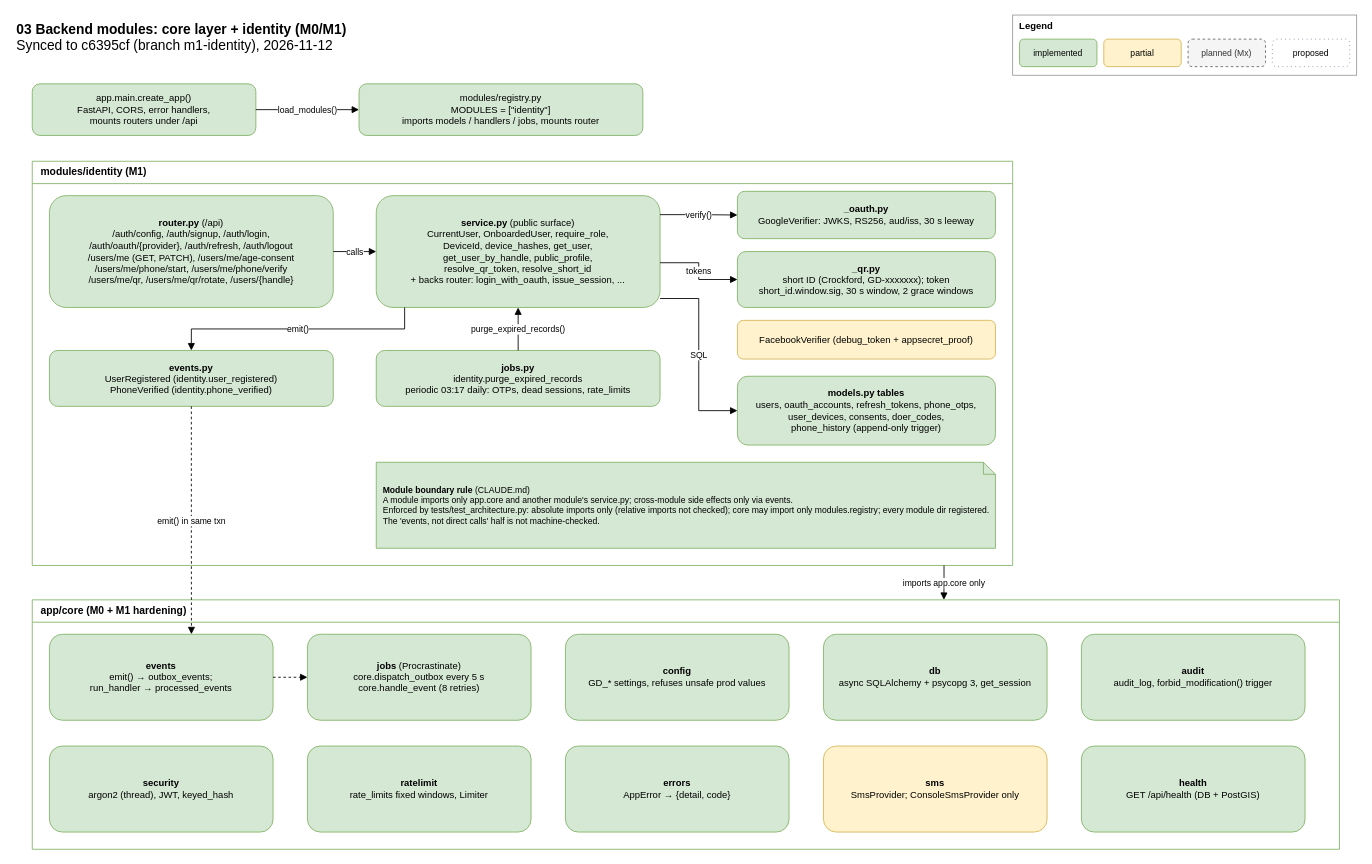
Earlier version of the draw.io diagram page "Core + identity (implemented)" (1 of 3) of docs/architecture/03-backend-modules.drawio (Ismail94M/Good-Deeds). Source tidied: cells renumbered, new cells numbered last; positions are measured from the earlier drawing's top-left corner, leaving out a move shared by most shapes. Both pictures are drawn from the tidied source at 86%, with x=0, y=0 at pixel (15, 15).
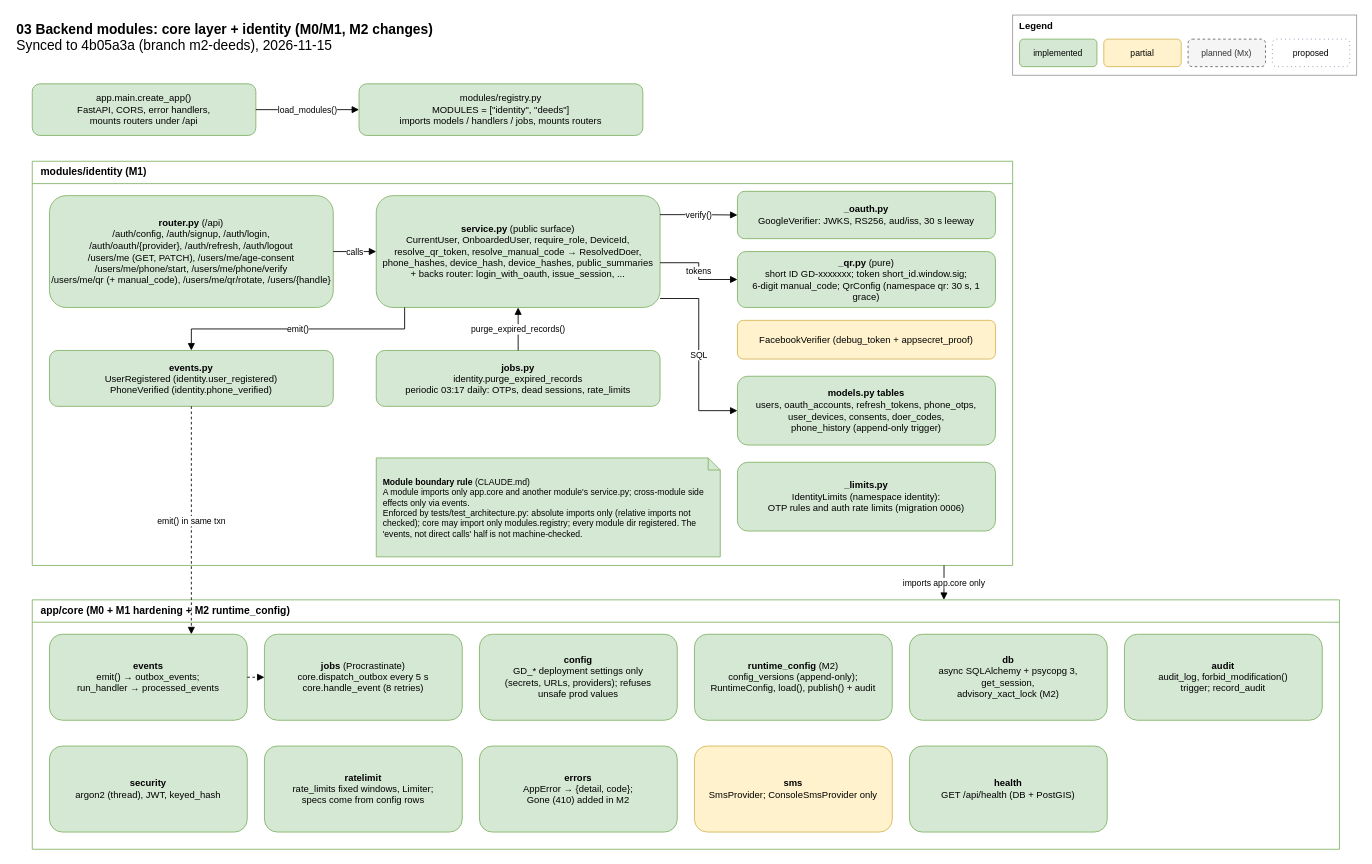
After the change.

Unchanged cells that the change refers to:
```xml
<mxCell id="18" value="&lt;b&gt;events.py&lt;/b&gt;&lt;br&gt;UserRegistered (identity.user_registered)&lt;br&gt;PhoneVerified (identity.phone_verified)" style="rounded=1;whiteSpace=wrap;html=1;fontSize=11;fillColor=#d5e8d4;strokeColor=#82b366;" parent="1" vertex="1">
  <mxGeometry x="40" y="390" width="330" height="65" as="geometry" />
</mxCell>
```

The edit, as a diff of the source:
```diff
@@
-    <mxCell id="2" value="&lt;b&gt;03 Backend modules: core layer + identity (M0/M1)&lt;/b&gt;&lt;br&gt;Synced to c6395cf (branch m1-identity), 2026-11-12" style="text;html=1;align=left;verticalAlign=top;fontSize=16;strokeColor=none;fillColor=none;" parent="1" vertex="1">
+    <mxCell id="2" value="&lt;b&gt;03 Backend modules: core layer + identity (M0/M1, M2 changes)&lt;/b&gt;&lt;br&gt;Synced to 4b05a3a (branch m2-deeds), 2026-11-15" style="text;html=1;align=left;verticalAlign=top;fontSize=16;strokeColor=none;fillColor=none;" parent="1" vertex="1">
       <mxGeometry width="900" height="50" as="geometry" />
     </mxCell>
@@
-    <mxCell id="9" value="modules/registry.py&lt;br&gt;MODULES = [&amp;quot;identity&amp;quot;]&lt;br&gt;imports models / handlers / jobs, mounts router" style="rounded=1;whiteSpace=wrap;html=1;fontSize=11;fillColor=#d5e8d4;strokeColor=#82b366;" parent="1" vertex="1">
+    <mxCell id="9" value="modules/registry.py&lt;br&gt;MODULES = [&quot;identity&quot;, &quot;deeds&quot;]&lt;br&gt;imports models / handlers / jobs, mounts routers" style="rounded=1;whiteSpace=wrap;html=1;fontSize=11;fillColor=#d5e8d4;strokeColor=#82b366;" parent="1" vertex="1">
       <mxGeometry x="400" y="80" width="330" height="60" as="geometry" />
     </mxCell>
@@
-    <mxCell id="12" value="&lt;b&gt;router.py&lt;/b&gt; (/api)&lt;br&gt;/auth/config, /auth/signup, /auth/login,&lt;br&gt;/auth/oauth/{provider}, /auth/refresh, /auth/logout&lt;br&gt;/users/me (GET, PATCH), /users/me/age-consent&lt;br&gt;/users/me/phone/start, /users/me/phone/verify&lt;br&gt;/users/me/qr, /users/me/qr/rotate, /users/{handle}" style="rounded=1;whiteSpace=wrap;html=1;fontSize=11;fillColor=#d5e8d4;strokeColor=#82b366;" parent="1" vertex="1">
+    <mxCell id="12" value="&lt;b&gt;router.py&lt;/b&gt; (/api)&lt;br&gt;/auth/config, /auth/signup, /auth/login,&lt;br&gt;/auth/oauth/{provider}, /auth/refresh, /auth/logout&lt;br&gt;/users/me (GET, PATCH), /users/me/age-consent&lt;br&gt;/users/me/phone/start, /users/me/phone/verify&lt;br&gt;/users/me/qr (+ manual_code), /users/me/qr/rotate, /users/{handle}" style="rounded=1;whiteSpace=wrap;html=1;fontSize=11;fillColor=#d5e8d4;strokeColor=#82b366;" parent="1" vertex="1">
       <mxGeometry x="40" y="210" width="330" height="130" as="geometry" />
     </mxCell>
-    <mxCell id="13" value="&lt;b&gt;service.py&lt;/b&gt; (public surface)&lt;br&gt;CurrentUser, OnboardedUser, require_role,&lt;br&gt;DeviceId, device_hashes, get_user,&lt;br&gt;get_user_by_handle, public_profile,&lt;br&gt;resolve_qr_token, resolve_short_id&lt;br&gt;+ backs router: login_with_oauth, issue_session, ..." style="rounded=1;whiteSpace=wrap;html=1;fontSize=11;fillColor=#d5e8d4;strokeColor=#82b366;" parent="1" vertex="1">
+    <mxCell id="13" value="&lt;b&gt;service.py&lt;/b&gt; (public surface)&lt;br&gt;CurrentUser, OnboardedUser, require_role, DeviceId,&lt;br&gt;resolve_qr_token, resolve_manual_code → ResolvedDoer,&lt;br&gt;phone_hashes, device_hash, device_hashes, public_summaries&lt;br&gt;+ backs router: login_with_oauth, issue_session, ..." style="rounded=1;whiteSpace=wrap;html=1;fontSize=11;fillColor=#d5e8d4;strokeColor=#82b366;" parent="1" vertex="1">
       <mxGeometry x="420" y="210" width="330" height="130" as="geometry" />
     </mxCell>
@@
-    <mxCell id="15" value="&lt;b&gt;_qr.py&lt;/b&gt;&lt;br&gt;short ID (Crockford, GD-xxxxxxx); token&lt;br&gt;short_id.window.sig, 30 s window, 2 grace windows" style="rounded=1;whiteSpace=wrap;html=1;fontSize=11;fillColor=#d5e8d4;strokeColor=#82b366;" parent="1" vertex="1">
+    <mxCell id="15" value="&lt;b&gt;_qr.py&lt;/b&gt; (pure)&lt;br&gt;short ID GD-xxxxxxx; token short_id.window.sig;&lt;br&gt;6-digit manual_code; QrConfig (namespace qr: 30 s, 1 grace)" style="rounded=1;whiteSpace=wrap;html=1;fontSize=11;fillColor=#d5e8d4;strokeColor=#82b366;" parent="1" vertex="1">
       <mxGeometry x="840" y="275" width="300" height="65" as="geometry" />
     </mxCell>
@@
+    <mxCell id="41" value="&lt;b&gt;_limits.py&lt;/b&gt;&lt;br&gt;IdentityLimits (namespace identity):&lt;br&gt;OTP rules and auth rate limits (migration 0006)" style="rounded=1;whiteSpace=wrap;html=1;fontSize=11;fillColor=#d5e8d4;strokeColor=#82b366;" parent="1" vertex="1">
+      <mxGeometry x="840" y="520" width="300" height="80" as="geometry" />
+    </mxCell>
     <mxCell id="20" value="&lt;b&gt;Module boundary rule&lt;/b&gt; (CLAUDE.md)&lt;br&gt;A module imports only app.core and another module's service.py; cross-module side effects only via events.&lt;br&gt;Enforced by tests/test_architecture.py: absolute imports only (relative imports not checked); core may import only modules.registry; every module dir registered. The 'events, not direct calls' half is not machine-checked." style="shape=note;whiteSpace=wrap;html=1;size=14;align=left;spacingLeft=6;fontSize=10;rounded=0;fillColor=#d5e8d4;strokeColor=#82b366;" parent="1" vertex="1">
-      <mxGeometry x="420" y="520" width="720" height="100" as="geometry" />
+      <mxGeometry x="420" y="515" width="400" height="115" as="geometry" />
     </mxCell>
@@
-    <mxCell id="27" value="app/core (M0 + M1 hardening)" style="swimlane;whiteSpace=wrap;html=1;startSize=26;fontStyle=1;fillColor=none;strokeColor=#82b366;rounded=0;align=left;spacingLeft=8;" parent="1" vertex="1">
+    <mxCell id="27" value="app/core (M0 + M1 hardening + M2 runtime_config)" style="swimlane;whiteSpace=wrap;html=1;startSize=26;fontStyle=1;fillColor=none;strokeColor=#82b366;rounded=0;align=left;spacingLeft=8;" parent="1" vertex="1">
       <mxGeometry x="20" y="680" width="1520" height="290" as="geometry" />
     </mxCell>
     <mxCell id="28" value="&lt;b&gt;events&lt;/b&gt;&lt;br&gt;emit() → outbox_events;&lt;br&gt;run_handler → processed_events" style="rounded=1;whiteSpace=wrap;html=1;fontSize=11;fillColor=#d5e8d4;strokeColor=#82b366;" parent="1" vertex="1">
-      <mxGeometry x="40" y="720" width="260" height="100" as="geometry" />
+      <mxGeometry x="40" y="720" width="230" height="100" as="geometry" />
     </mxCell>
     <mxCell id="29" value="&lt;b&gt;jobs&lt;/b&gt; (Procrastinate)&lt;br&gt;core.dispatch_outbox every 5 s&lt;br&gt;core.handle_event (8 retries)" style="rounded=1;whiteSpace=wrap;html=1;fontSize=11;fillColor=#d5e8d4;strokeColor=#82b366;" parent="1" vertex="1">
-      <mxGeometry x="340" y="720" width="260" height="100" as="geometry" />
+      <mxGeometry x="290" y="720" width="230" height="100" as="geometry" />
     </mxCell>
-    <mxCell id="30" value="&lt;b&gt;config&lt;/b&gt;&lt;br&gt;GD_* settings, refuses unsafe prod values" style="rounded=1;whiteSpace=wrap;html=1;fontSize=11;fillColor=#d5e8d4;strokeColor=#82b366;" parent="1" vertex="1">
-      <mxGeometry x="640" y="720" width="260" height="100" as="geometry" />
+    <mxCell id="30" value="&lt;b&gt;config&lt;/b&gt;&lt;br&gt;GD_* deployment settings only&lt;br&gt;(secrets, URLs, providers); refuses&lt;br&gt;unsafe prod values" style="rounded=1;whiteSpace=wrap;html=1;fontSize=11;fillColor=#d5e8d4;strokeColor=#82b366;" parent="1" vertex="1">
+      <mxGeometry x="540" y="720" width="230" height="100" as="geometry" />
     </mxCell>
+    <mxCell id="42" value="&lt;b&gt;runtime_config&lt;/b&gt; (M2)&lt;br&gt;config_versions (append-only);&lt;br&gt;RuntimeConfig, load(), publish() + audit" style="rounded=1;whiteSpace=wrap;html=1;fontSize=11;fillColor=#d5e8d4;strokeColor=#82b366;" parent="1" vertex="1">
+      <mxGeometry x="790" y="720" width="230" height="100" as="geometry" />
+    </mxCell>
-    <mxCell id="31" value="&lt;b&gt;db&lt;/b&gt;&lt;br&gt;async SQLAlchemy + psycopg 3, get_session" style="rounded=1;whiteSpace=wrap;html=1;fontSize=11;fillColor=#d5e8d4;strokeColor=#82b366;" parent="1" vertex="1">
-      <mxGeometry x="940" y="720" width="260" height="100" as="geometry" />
+    <mxCell id="31" value="&lt;b&gt;db&lt;/b&gt;&lt;br&gt;async SQLAlchemy + psycopg 3,&lt;br&gt;get_session,&lt;br&gt;advisory_xact_lock (M2)" style="rounded=1;whiteSpace=wrap;html=1;fontSize=11;fillColor=#d5e8d4;strokeColor=#82b366;" parent="1" vertex="1">
+      <mxGeometry x="1040" y="720" width="230" height="100" as="geometry" />
     </mxCell>
-    <mxCell id="32" value="&lt;b&gt;audit&lt;/b&gt;&lt;br&gt;audit_log, forbid_modification() trigger" style="rounded=1;whiteSpace=wrap;html=1;fontSize=11;fillColor=#d5e8d4;strokeColor=#82b366;" parent="1" vertex="1">
-      <mxGeometry x="1240" y="720" width="260" height="100" as="geometry" />
+    <mxCell id="32" value="&lt;b&gt;audit&lt;/b&gt;&lt;br&gt;audit_log, forbid_modification()&lt;br&gt;trigger; record_audit" style="rounded=1;whiteSpace=wrap;html=1;fontSize=11;fillColor=#d5e8d4;strokeColor=#82b366;" parent="1" vertex="1">
+      <mxGeometry x="1290" y="720" width="230" height="100" as="geometry" />
     </mxCell>
     <mxCell id="33" value="&lt;b&gt;security&lt;/b&gt;&lt;br&gt;argon2 (thread), JWT, keyed_hash" style="rounded=1;whiteSpace=wrap;html=1;fontSize=11;fillColor=#d5e8d4;strokeColor=#82b366;" parent="1" vertex="1">
-      <mxGeometry x="40" y="850" width="260" height="100" as="geometry" />
+      <mxGeometry x="40" y="850" width="230" height="100" as="geometry" />
     </mxCell>
-    <mxCell id="34" value="&lt;b&gt;ratelimit&lt;/b&gt;&lt;br&gt;rate_limits fixed windows, Limiter" style="rounded=1;whiteSpace=wrap;html=1;fontSize=11;fillColor=#d5e8d4;strokeColor=#82b366;" parent="1" vertex="1">
-      <mxGeometry x="340" y="850" width="260" height="100" as="geometry" />
+    <mxCell id="34" value="&lt;b&gt;ratelimit&lt;/b&gt;&lt;br&gt;rate_limits fixed windows, Limiter;&lt;br&gt;specs come from config rows" style="rounded=1;whiteSpace=wrap;html=1;fontSize=11;fillColor=#d5e8d4;strokeColor=#82b366;" parent="1" vertex="1">
+      <mxGeometry x="290" y="850" width="230" height="100" as="geometry" />
     </mxCell>
-    <mxCell id="35" value="&lt;b&gt;errors&lt;/b&gt;&lt;br&gt;AppError → {detail, code}" style="rounded=1;whiteSpace=wrap;html=1;fontSize=11;fillColor=#d5e8d4;strokeColor=#82b366;" parent="1" vertex="1">
-      <mxGeometry x="640" y="850" width="260" height="100" as="geometry" />
+    <mxCell id="35" value="&lt;b&gt;errors&lt;/b&gt;&lt;br&gt;AppError → {detail, code};&lt;br&gt;Gone (410) added in M2" style="rounded=1;whiteSpace=wrap;html=1;fontSize=11;fillColor=#d5e8d4;strokeColor=#82b366;" parent="1" vertex="1">
+      <mxGeometry x="540" y="850" width="230" height="100" as="geometry" />
     </mxCell>
     <mxCell id="36" value="&lt;b&gt;sms&lt;/b&gt;&lt;br&gt;SmsProvider; ConsoleSmsProvider only" style="rounded=1;whiteSpace=wrap;html=1;fontSize=11;fillColor=#fff2cc;strokeColor=#d6b656;" parent="1" vertex="1">
-      <mxGeometry x="940" y="850" width="260" height="100" as="geometry" />
+      <mxGeometry x="790" y="850" width="230" height="100" as="geometry" />
     </mxCell>
     <mxCell id="37" value="&lt;b&gt;health&lt;/b&gt;&lt;br&gt;GET /api/health (DB + PostGIS)" style="rounded=1;whiteSpace=wrap;html=1;fontSize=11;fillColor=#d5e8d4;strokeColor=#82b366;" parent="1" vertex="1">
-      <mxGeometry x="1240" y="850" width="260" height="100" as="geometry" />
+      <mxGeometry x="1040" y="850" width="230" height="100" as="geometry" />
     </mxCell>
-    <mxCell id="38" value="emit() in same txn" style="edgeStyle=orthogonalEdgeStyle;rounded=0;html=1;endArrow=block;strokeColor=#000000;dashed=1;fontSize=10;labelBackgroundColor=#ffffff;exitX=0.5;exitY=1;exitDx=0;exitDy=0;entryX=0.635;entryY=0;entryDx=0;entryDy=0;" parent="1" edge="1" source="18" target="28">
+    <mxCell id="38" value="emit() in same txn" style="edgeStyle=orthogonalEdgeStyle;rounded=0;html=1;endArrow=block;strokeColor=#000000;dashed=1;fontSize=10;labelBackgroundColor=#ffffff;exitX=0.5;exitY=1;exitDx=0;exitDy=0;entryX=0.7174;entryY=0;entryDx=0;entryDy=0;" parent="1" edge="1" source="18" target="28">
       <mxGeometry relative="1" as="geometry" />
     </mxCell>
```
